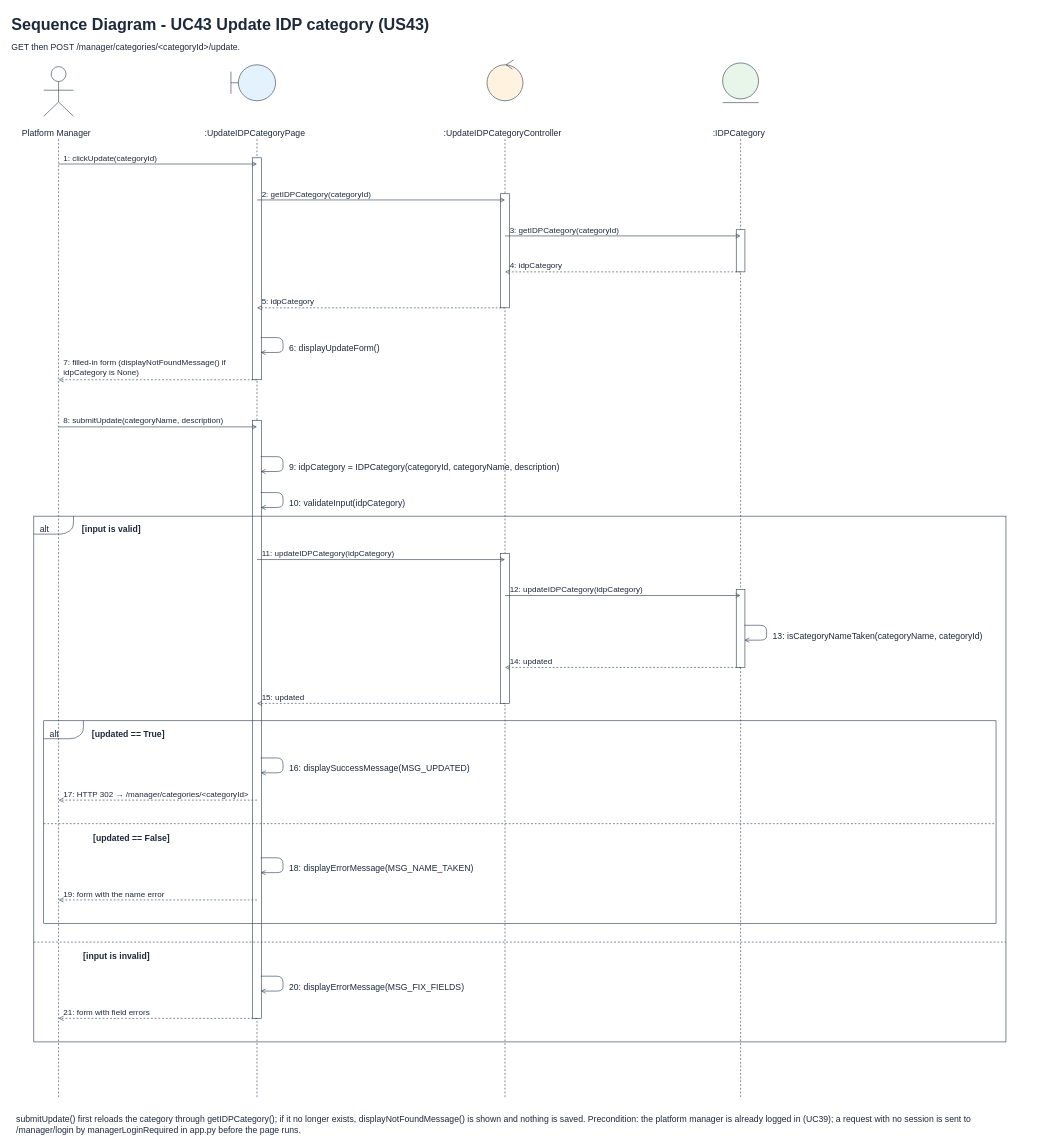
Hanzxc/CSIT314-ARCHSS keeps this draw.io diagram as page "6 Sequence Diagram" (7 of 7) of Sprint_3/US43 - Update IDP Category/US43 Update IDP category.drawio. Above is the earlier version. Source tidied: cells renumbered, new cells numbered last; positions are measured from the earlier drawing's top-left corner, leaving out a move shared by most shapes. Both pictures are drawn from the tidied source at 62%, with x=0, y=0 at pixel (10, 10).
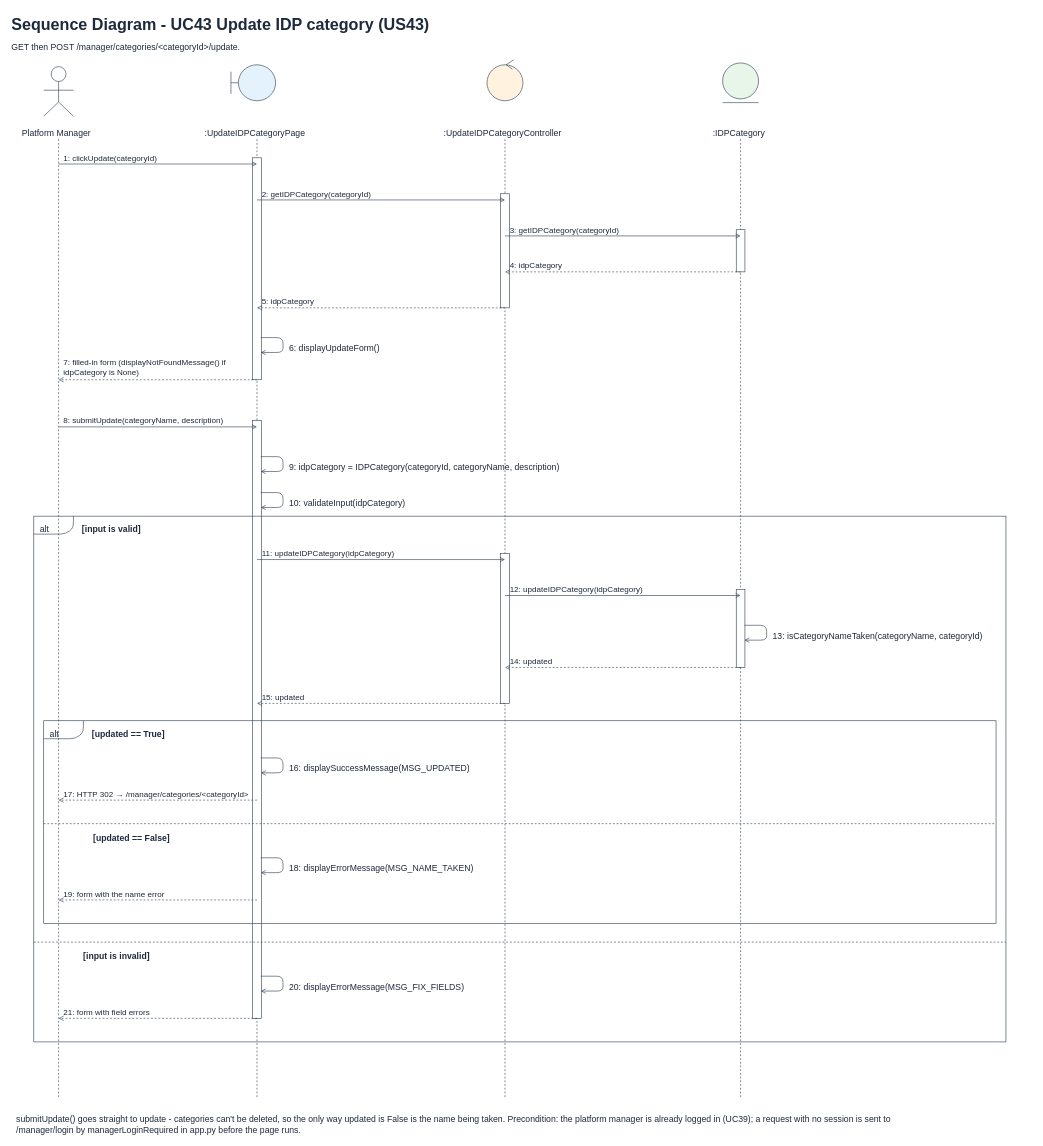
After the change.

Change to the diagram source:
```diff
@@
-    <mxCell id="85" value="submitUpdate() first reloads the category through getIDPCategory(); if it no longer exists, displayNotFoundMessage() is shown and nothing is saved. Precondition: the platform manager is already logged in (UC39); a request with no session is sent to&#10;/manager/login by managerLoginRequired in app.py before the page runs." style="text;html=0;align=left;verticalAlign=top;fontSize=14;fontStyle=0;fontColor=#1e293b;" parent="1" vertex="1">
+    <mxCell id="85" value="submitUpdate() goes straight to update - categories can't be deleted, so the only way updated is False is the name being taken. Precondition: the platform manager is already logged in (UC39); a request with no session is sent to&#10;/manager/login by managerLoginRequired in app.py before the page runs." style="text;html=0;align=left;verticalAlign=top;fontSize=14;fontStyle=0;fontColor=#1e293b;" parent="1" vertex="1">
       <mxGeometry x="8" y="1774" width="1581" height="42" as="geometry" />
     </mxCell>
```
